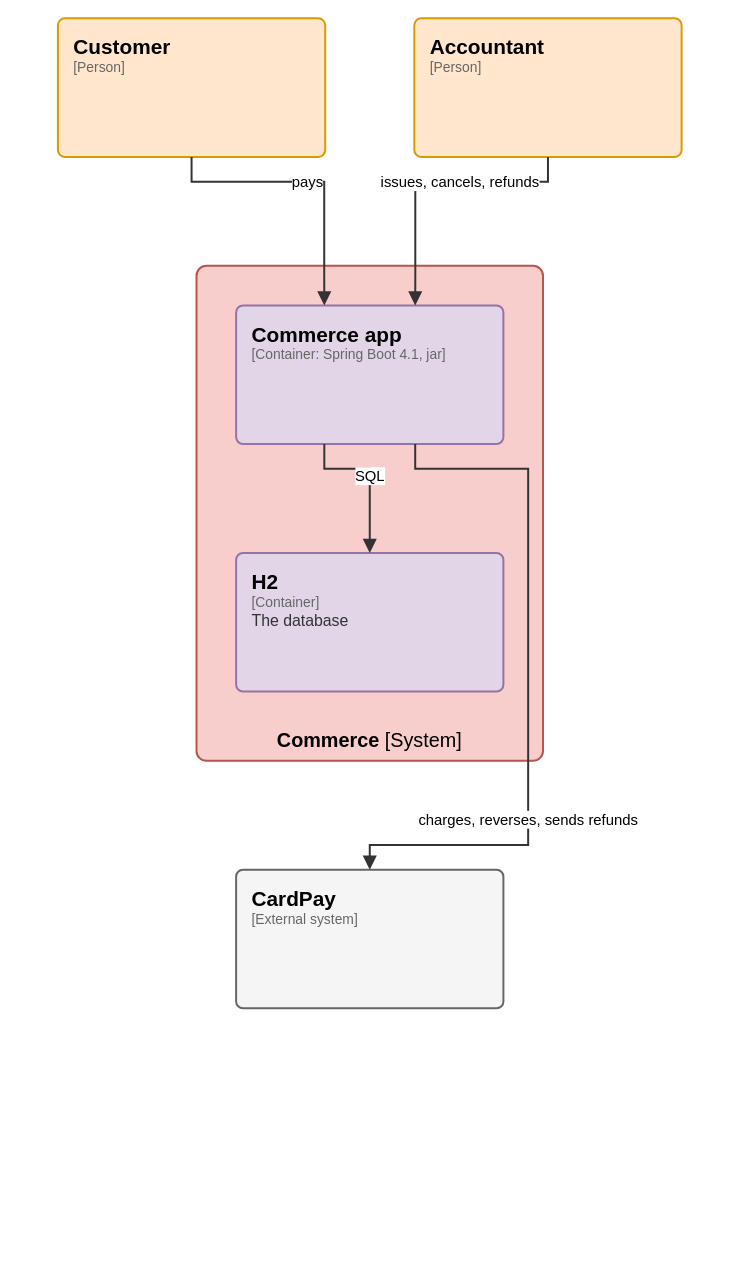
Before: page "C4 2 - Containers" (2 of 7) of docs/architecture/c4.drawio in elie29/partition-commerce, a draw.io diagram. Source tidied: cells renumbered, new cells numbered last; positions are measured from the earlier drawing's top-left corner, leaving out a move shared by most shapes. Both pictures are drawn from the tidied source at 99%, with x=0, y=0 at pixel (57, 18).
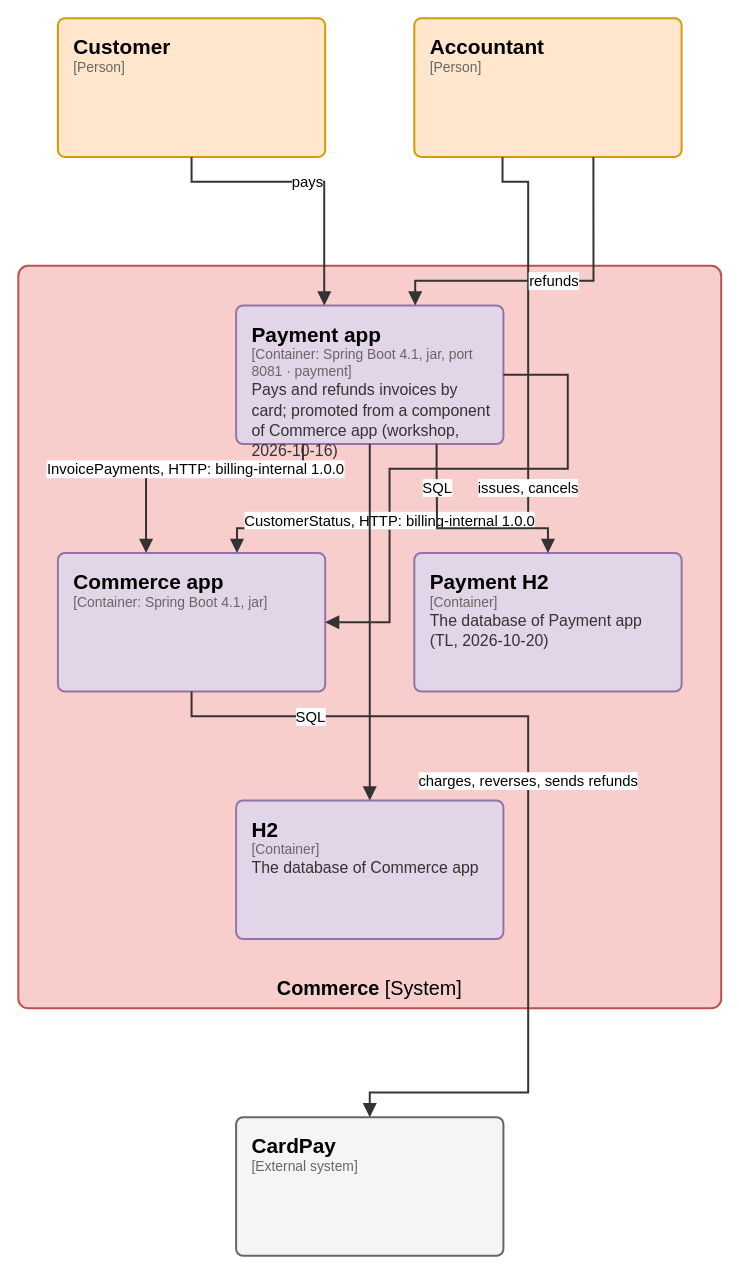
The same diagram, later.

Unchanged cells that the change refers to:
```xml
<mxCell id="5" value="&lt;span style=&quot;font-size:21px;font-weight:600;color:#000000&quot;&gt;Customer&lt;/span&gt;&lt;br&gt;&lt;span style=&quot;font-family:IBM Plex Mono;font-size:14px;color:#666666&quot;&gt;[Person]&lt;/span&gt;" style="rounded=1;absoluteArcSize=1;arcSize=14;html=1;whiteSpace=wrap;fillColor=#ffe6cc;strokeColor=#d79b00;strokeWidth=2;fontFamily=IBM Plex Sans;align=left;verticalAlign=top;spacingLeft=14;spacingRight=10;spacingTop=10;partition=4vRrjfbs1-;" parent="1" vertex="1">
  <mxGeometry width="270" height="140" as="geometry" />
</mxCell>
<mxCell id="6" value="&lt;span style=&quot;font-size:21px;font-weight:600;color:#000000&quot;&gt;Accountant&lt;/span&gt;&lt;br&gt;&lt;span style=&quot;font-family:IBM Plex Mono;font-size:14px;color:#666666&quot;&gt;[Person]&lt;/span&gt;" style="rounded=1;absoluteArcSize=1;arcSize=14;html=1;whiteSpace=wrap;fillColor=#ffe6cc;strokeColor=#d79b00;strokeWidth=2;fontFamily=IBM Plex Sans;align=left;verticalAlign=top;spacingLeft=14;spacingRight=10;spacingTop=10;partition=hqKT2AtbgB;" parent="1" vertex="1">
  <mxGeometry x="360" width="270" height="140" as="geometry" />
</mxCell>
```

Change to the diagram source:
```diff
@@
-    <mxCell id="2" value="&lt;b&gt;Commerce&lt;/b&gt; [System]" style="rounded=1;absoluteArcSize=1;arcSize=20;html=1;whiteSpace=wrap;fillColor=#f8cecc;strokeColor=#b85450;strokeWidth=2;fontFamily=IBM Plex Sans;fontSize=20;verticalAlign=bottom;spacingTop=6;spacingBottom=6;partition=Ocw2Pv0vhq;" parent="1" vertex="1">
-      <mxGeometry x="140" y="250" width="350" height="500" as="geometry" />
+    <mxCell id="2" value="&lt;b&gt;Commerce&lt;/b&gt; [System]" style="rounded=1;absoluteArcSize=1;arcSize=20;html=1;whiteSpace=wrap;fillColor=#f8cecc;strokeColor=#b85450;strokeWidth=2;fontFamily=IBM Plex Sans;fontSize=20;verticalAlign=bottom;spacingTop=6;spacingBottom=6;partition=WiMw_uiSeL;" parent="1" vertex="1">
+      <mxGeometry x="-40" y="250" width="710" height="750" as="geometry" />
     </mxCell>
-    <mxCell id="3" value="&lt;span style=&quot;font-size:21px;font-weight:600;color:#000000&quot;&gt;Commerce app&lt;/span&gt;&lt;br&gt;&lt;span style=&quot;font-family:IBM Plex Mono;font-size:14px;color:#666666&quot;&gt;[Container: Spring Boot 4.1, jar]&lt;/span&gt;" style="rounded=1;absoluteArcSize=1;arcSize=14;html=1;whiteSpace=wrap;fillColor=#e1d5e7;strokeColor=#9673a6;strokeWidth=2;fontFamily=IBM Plex Sans;align=left;verticalAlign=top;spacingLeft=14;spacingRight=10;spacingTop=10;partition=rwtB4VHL-5;" parent="1" vertex="1">
-      <mxGeometry x="180" y="290" width="270" height="140" as="geometry" />
+    <mxCell id="3" value="&lt;span style=&quot;font-size:21px;font-weight:600;color:#000000&quot;&gt;Commerce app&lt;/span&gt;&lt;br&gt;&lt;span style=&quot;font-family:IBM Plex Mono;font-size:14px;color:#666666&quot;&gt;[Container: Spring Boot 4.1, jar]&lt;/span&gt;" style="rounded=1;absoluteArcSize=1;arcSize=14;html=1;whiteSpace=wrap;fillColor=#e1d5e7;strokeColor=#9673a6;strokeWidth=2;fontFamily=IBM Plex Sans;align=left;verticalAlign=top;spacingLeft=14;spacingRight=10;spacingTop=10;partition=y_rMypuNCB;" parent="1" vertex="1">
+      <mxGeometry y="540" width="270" height="140" as="geometry" />
     </mxCell>
+    <mxCell id="12" value="&lt;span style=&quot;font-size:21px;font-weight:600;color:#000000&quot;&gt;Payment app&lt;/span&gt;&lt;br&gt;&lt;span style=&quot;font-family:IBM Plex Mono;font-size:14px;color:#666666&quot;&gt;[Container: Spring Boot 4.1, jar, port 8081 · payment]&lt;/span&gt;&lt;br&gt;&lt;span style=&quot;font-size:16px;color:#333333;line-height:1.3&quot;&gt;Pays and refunds invoices by card; promoted from a component of Commerce app (workshop, 2026-10-16)&lt;/span&gt;" style="rounded=1;absoluteArcSize=1;arcSize=14;html=1;whiteSpace=wrap;fillColor=#e1d5e7;strokeColor=#9673a6;strokeWidth=2;fontFamily=IBM Plex Sans;align=left;verticalAlign=top;spacingLeft=14;spacingRight=10;spacingTop=10;partition=rwtB4VHL-5;" parent="1" vertex="1">
+      <mxGeometry x="180" y="290" width="270" height="140" as="geometry" />
+    </mxCell>
-    <mxCell id="4" value="&lt;span style=&quot;font-size:21px;font-weight:600;color:#000000&quot;&gt;H2&lt;/span&gt;&lt;br&gt;&lt;span style=&quot;font-family:IBM Plex Mono;font-size:14px;color:#666666&quot;&gt;[Container]&lt;/span&gt;&lt;br&gt;&lt;span style=&quot;font-size:16px;color:#333333;line-height:1.3&quot;&gt;The database&lt;/span&gt;" style="rounded=1;absoluteArcSize=1;arcSize=14;html=1;whiteSpace=wrap;fillColor=#e1d5e7;strokeColor=#9673a6;strokeWidth=2;fontFamily=IBM Plex Sans;align=left;verticalAlign=top;spacingLeft=14;spacingRight=10;spacingTop=10;partition=NwpGBdmDzl;" parent="1" vertex="1">
-      <mxGeometry x="180" y="540" width="270" height="140" as="geometry" />
+    <mxCell id="4" value="&lt;span style=&quot;font-size:21px;font-weight:600;color:#000000&quot;&gt;H2&lt;/span&gt;&lt;br&gt;&lt;span style=&quot;font-family:IBM Plex Mono;font-size:14px;color:#666666&quot;&gt;[Container]&lt;/span&gt;&lt;br&gt;&lt;span style=&quot;font-size:16px;color:#333333;line-height:1.3&quot;&gt;The database of Commerce app&lt;/span&gt;" style="rounded=1;absoluteArcSize=1;arcSize=14;html=1;whiteSpace=wrap;fillColor=#e1d5e7;strokeColor=#9673a6;strokeWidth=2;fontFamily=IBM Plex Sans;align=left;verticalAlign=top;spacingLeft=14;spacingRight=10;spacingTop=10;partition=aHuj8PVB3X;" parent="1" vertex="1">
+      <mxGeometry x="180" y="790" width="270" height="140" as="geometry" />
     </mxCell>
+    <mxCell id="13" value="&lt;span style=&quot;font-size:21px;font-weight:600;color:#000000&quot;&gt;Payment H2&lt;/span&gt;&lt;br&gt;&lt;span style=&quot;font-family:IBM Plex Mono;font-size:14px;color:#666666&quot;&gt;[Container]&lt;/span&gt;&lt;br&gt;&lt;span style=&quot;font-size:16px;color:#333333;line-height:1.3&quot;&gt;The database of Payment app (TL, 2026-10-20)&lt;/span&gt;" style="rounded=1;absoluteArcSize=1;arcSize=14;html=1;whiteSpace=wrap;fillColor=#e1d5e7;strokeColor=#9673a6;strokeWidth=2;fontFamily=IBM Plex Sans;align=left;verticalAlign=top;spacingLeft=14;spacingRight=10;spacingTop=10;partition=90L3m2ZFFY;" parent="1" vertex="1">
+      <mxGeometry x="360" y="540" width="270" height="140" as="geometry" />
+    </mxCell>
@@
-    <mxCell id="7" value="&lt;span style=&quot;font-size:21px;font-weight:600;color:#000000&quot;&gt;CardPay&lt;/span&gt;&lt;br&gt;&lt;span style=&quot;font-family:IBM Plex Mono;font-size:14px;color:#666666&quot;&gt;[External system]&lt;/span&gt;" style="rounded=1;absoluteArcSize=1;arcSize=14;html=1;whiteSpace=wrap;fillColor=#f5f5f5;strokeColor=#666666;strokeWidth=2;fontFamily=IBM Plex Sans;align=left;verticalAlign=top;spacingLeft=14;spacingRight=10;spacingTop=10;partition=c4JJ-WUTu-;" parent="1" vertex="1">
-      <mxGeometry x="180" y="860" width="270" height="140" as="geometry" />
+    <mxCell id="7" value="&lt;span style=&quot;font-size:21px;font-weight:600;color:#000000&quot;&gt;CardPay&lt;/span&gt;&lt;br&gt;&lt;span style=&quot;font-family:IBM Plex Mono;font-size:14px;color:#666666&quot;&gt;[External system]&lt;/span&gt;" style="rounded=1;absoluteArcSize=1;arcSize=14;html=1;whiteSpace=wrap;fillColor=#f5f5f5;strokeColor=#666666;strokeWidth=2;fontFamily=IBM Plex Sans;align=left;verticalAlign=top;spacingLeft=14;spacingRight=10;spacingTop=10;partition=4RmT8N9_S_;" parent="1" vertex="1">
+      <mxGeometry x="180" y="1110" width="270" height="140" as="geometry" />
     </mxCell>
-    <mxCell id="8" value="pays" style="edgeStyle=orthogonalEdgeStyle;rounded=0;html=1;endArrow=block;endFill=1;endSize=9;strokeColor=#333333;strokeWidth=2;fontFamily=IBM Plex Sans;fontSize=15;fontColor=#000000;labelBackgroundColor=#FFFFFF;spacing=3;exitX=0.5;exitY=1;exitPerimeter=0;entryX=0.33;entryY=0;entryPerimeter=0;partition=iD6O3KLFFr;" parent="1" edge="1" source="5" target="3">
+    <mxCell id="8" value="pays" style="edgeStyle=orthogonalEdgeStyle;rounded=0;html=1;endArrow=block;endFill=1;endSize=9;strokeColor=#333333;strokeWidth=2;fontFamily=IBM Plex Sans;fontSize=15;fontColor=#000000;labelBackgroundColor=#FFFFFF;spacing=3;exitX=0.5;exitY=1;exitPerimeter=0;entryX=0.33;entryY=0;entryPerimeter=0;partition=iD6O3KLFFr;" parent="1" edge="1" source="5" target="12">
       <mxGeometry relative="1" as="geometry">
         <Array as="points">
           <mxPoint x="135" y="165" />
           <mxPoint x="269" y="165" />
           <mxPoint x="269" y="265" />
         </Array>
       </mxGeometry>
     </mxCell>
-    <mxCell id="9" value="issues, cancels, refunds" style="edgeStyle=orthogonalEdgeStyle;rounded=0;html=1;endArrow=block;endFill=1;endSize=9;strokeColor=#333333;strokeWidth=2;fontFamily=IBM Plex Sans;fontSize=15;fontColor=#000000;labelBackgroundColor=#FFFFFF;spacing=3;exitX=0.5;exitY=1;exitPerimeter=0;entryX=0.67;entryY=0;entryPerimeter=0;partition=OR34rC_E4a;" parent="1" edge="1" source="6" target="3">
-      <mxGeometry x="-0.2" relative="1" as="geometry">
+    <mxCell id="9" value="issues, cancels" style="edgeStyle=orthogonalEdgeStyle;rounded=0;html=1;endArrow=block;endFill=1;endSize=9;strokeColor=#333333;strokeWidth=2;fontFamily=IBM Plex Sans;fontSize=15;fontColor=#000000;labelBackgroundColor=#FFFFFF;spacing=3;exitX=0.33;exitY=1;exitPerimeter=0;entryX=0.67;entryY=0;entryPerimeter=0;partition=ejGPfWORIh;" parent="1" edge="1" source="6" target="3">
+      <mxGeometry relative="1" as="geometry">
         <Array as="points">
-          <mxPoint x="495" y="165" />
-          <mxPoint x="361" y="165" />
-          <mxPoint x="361" y="265" />
+          <mxPoint x="449" y="165" />
+          <mxPoint x="475" y="165" />
+          <mxPoint x="475" y="515" />
+          <mxPoint x="181" y="515" />
         </Array>
       </mxGeometry>
     </mxCell>
+    <mxCell id="14" value="refunds" style="edgeStyle=orthogonalEdgeStyle;rounded=0;html=1;endArrow=block;endFill=1;endSize=9;strokeColor=#333333;strokeWidth=2;fontFamily=IBM Plex Sans;fontSize=15;fontColor=#000000;labelBackgroundColor=#FFFFFF;spacing=3;exitX=0.67;exitY=1;exitPerimeter=0;entryX=0.67;entryY=0;entryPerimeter=0;partition=SyPrjobggH;" parent="1" edge="1" source="6" target="12">
+      <mxGeometry relative="1" as="geometry">
+        <Array as="points">
+          <mxPoint x="541" y="165" />
+          <mxPoint x="541" y="265" />
+          <mxPoint x="361" y="265" />
+        </Array>
+      </mxGeometry>
+    </mxCell>
-    <mxCell id="10" value="SQL" style="edgeStyle=orthogonalEdgeStyle;rounded=0;html=1;endArrow=block;endFill=1;endSize=9;strokeColor=#333333;strokeWidth=2;fontFamily=IBM Plex Sans;fontSize=15;fontColor=#000000;labelBackgroundColor=#FFFFFF;spacing=3;exitX=0.33;exitY=1;exitPerimeter=0;entryX=0.5;entryY=0;entryPerimeter=0;partition=UJO0UVgNk-;" parent="1" edge="1" source="3" target="4">
+    <mxCell id="10" value="SQL" style="edgeStyle=orthogonalEdgeStyle;rounded=0;html=1;endArrow=block;endFill=1;endSize=9;strokeColor=#333333;strokeWidth=2;fontFamily=IBM Plex Sans;fontSize=15;fontColor=#000000;labelBackgroundColor=#FFFFFF;spacing=3;exitX=0.5;exitY=1;exitPerimeter=0;entryX=0.5;entryY=0;entryPerimeter=0;partition=CX_quJdHdb;" parent="1" edge="1" source="3" target="4">
       <mxGeometry relative="1" as="geometry">
         <Array as="points">
-          <mxPoint x="269" y="455" />
-          <mxPoint x="315" y="455" />
-          <mxPoint x="315" y="515" />
+          <mxPoint x="135" y="705" />
+          <mxPoint x="315" y="705" />
+          <mxPoint x="315" y="765" />
         </Array>
       </mxGeometry>
     </mxCell>
+    <mxCell id="15" value="InvoicePayments, HTTP: billing-internal 1.0.0" style="edgeStyle=orthogonalEdgeStyle;rounded=0;html=1;endArrow=block;endFill=1;endSize=9;strokeColor=#333333;strokeWidth=2;fontFamily=IBM Plex Sans;fontSize=15;fontColor=#000000;labelBackgroundColor=#FFFFFF;spacing=3;exitX=0.25;exitY=1;exitPerimeter=0;entryX=0.33;entryY=0;entryPerimeter=0;partition=wNGFoiYDeA;" parent="1" edge="1" source="12" target="3">
+      <mxGeometry relative="1" as="geometry">
+        <Array as="points">
+          <mxPoint x="248" y="455" />
+          <mxPoint x="89" y="455" />
+          <mxPoint x="89" y="515" />
+        </Array>
+      </mxGeometry>
+    </mxCell>
+    <mxCell id="16" value="CustomerStatus, HTTP: billing-internal 1.0.0" style="edgeStyle=orthogonalEdgeStyle;rounded=0;html=1;endArrow=block;endFill=1;endSize=9;strokeColor=#333333;strokeWidth=2;fontFamily=IBM Plex Sans;fontSize=15;fontColor=#000000;labelBackgroundColor=#FFFFFF;spacing=3;exitX=1;exitY=0.5;exitPerimeter=0;entryX=1;entryY=0.5;entryPerimeter=0;partition=MFR44zH_qH;" parent="1" edge="1" source="12" target="3">
+      <mxGeometry x="0.4" relative="1" as="geometry">
+        <Array as="points">
+          <mxPoint x="515" y="360" />
+          <mxPoint x="515" y="455" />
+          <mxPoint x="335" y="455" />
+          <mxPoint x="335" y="610" />
+        </Array>
+      </mxGeometry>
+    </mxCell>
+    <mxCell id="17" value="SQL" style="edgeStyle=orthogonalEdgeStyle;rounded=0;html=1;endArrow=block;endFill=1;endSize=9;strokeColor=#333333;strokeWidth=2;fontFamily=IBM Plex Sans;fontSize=15;fontColor=#000000;labelBackgroundColor=#FFFFFF;spacing=3;exitX=0.75;exitY=1;exitPerimeter=0;entryX=0.5;entryY=0;entryPerimeter=0;partition=o08-gx-gxU;" parent="1" edge="1" source="12" target="13">
+      <mxGeometry x="-0.6" relative="1" as="geometry">
+        <Array as="points">
+          <mxPoint x="383" y="455" />
+          <mxPoint x="383" y="515" />
+          <mxPoint x="495" y="515" />
+        </Array>
+      </mxGeometry>
+    </mxCell>
-    <mxCell id="11" value="charges, reverses, sends refunds" style="edgeStyle=orthogonalEdgeStyle;rounded=0;html=1;endArrow=block;endFill=1;endSize=9;strokeColor=#333333;strokeWidth=2;fontFamily=IBM Plex Sans;fontSize=15;fontColor=#000000;labelBackgroundColor=#FFFFFF;spacing=3;exitX=0.67;exitY=1;exitPerimeter=0;entryX=0.5;entryY=0;entryPerimeter=0;partition=kbnsbZbsmi;" parent="1" edge="1" source="3" target="7">
-      <mxGeometry x="0.4" relative="1" as="geometry">
+    <mxCell id="11" value="charges, reverses, sends refunds" style="edgeStyle=orthogonalEdgeStyle;rounded=0;html=1;endArrow=block;endFill=1;endSize=9;strokeColor=#333333;strokeWidth=2;fontFamily=IBM Plex Sans;fontSize=15;fontColor=#000000;labelBackgroundColor=#FFFFFF;spacing=3;exitX=0.5;exitY=1;exitPerimeter=0;entryX=0.5;entryY=0;entryPerimeter=0;partition=3_H7T_ERap;" parent="1" edge="1" source="12" target="7">
+      <mxGeometry relative="1" as="geometry">
         <Array as="points">
-          <mxPoint x="361" y="455" />
-          <mxPoint x="475" y="455" />
-          <mxPoint x="475" y="835" />
-          <mxPoint x="315" y="835" />
+          <mxPoint x="315" y="455" />
+          <mxPoint x="315" y="705" />
+          <mxPoint x="475" y="705" />
+          <mxPoint x="475" y="1085" />
+          <mxPoint x="315" y="1085" />
         </Array>
       </mxGeometry>
     </mxCell>
```
